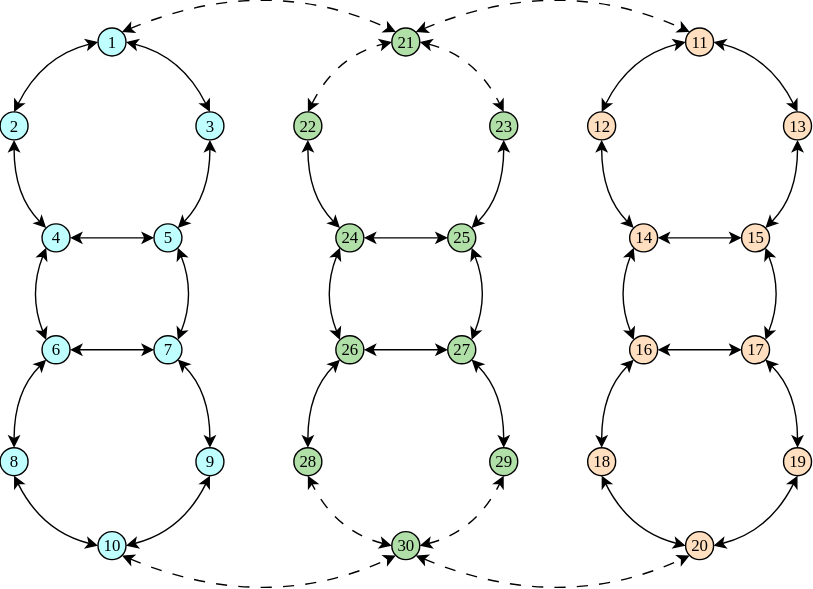
Above: docs/clusters.svg in juanpiLorca/consensus-node (draw.io), before the change. Source tidied: cells renumbered, new cells last; positions are measured from the earlier drawing's top-left corner, leaving out a move shared by most shapes.
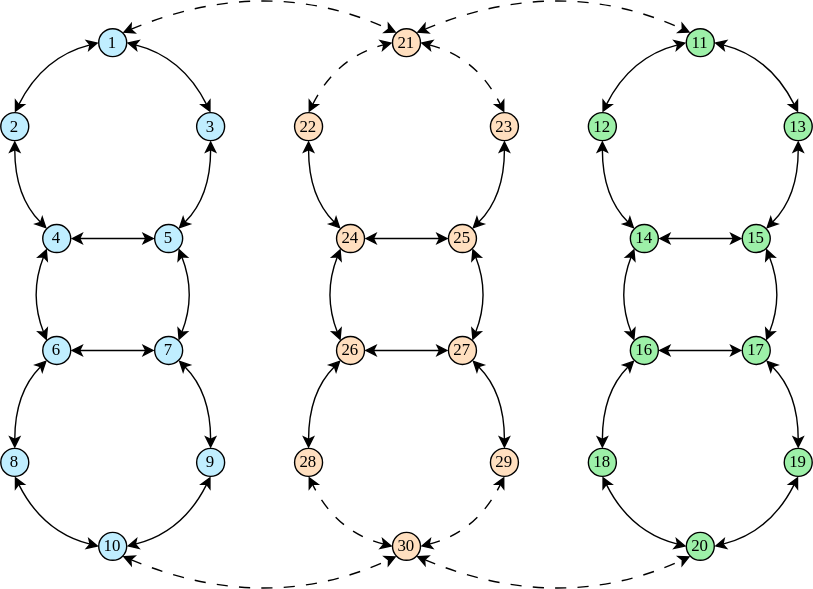
Later version of the same file.

Diff of the diagram source:
```diff
@@ -2,34 +2,34 @@
   <root>
     <mxCell id="0" />
     <mxCell id="1" parent="0" />
-    <mxCell id="2" value="4" style="ellipse;whiteSpace=wrap;html=1;fontFamily=Verdana;fillColor=#BFFFFF;strokeColor=#000000;" parent="1" vertex="1">
+    <mxCell id="2" value="4" style="ellipse;whiteSpace=wrap;html=1;fontFamily=Verdana;fillColor=#C0EEFF;strokeColor=#000000;" parent="1" vertex="1">
       <mxGeometry x="30" y="180" width="20" height="20" as="geometry" />
     </mxCell>
-    <mxCell id="3" value="5" style="ellipse;whiteSpace=wrap;html=1;fontFamily=Verdana;fillColor=#BFFFFF;strokeColor=#000000;" parent="1" vertex="1">
+    <mxCell id="3" value="5" style="ellipse;whiteSpace=wrap;html=1;fontFamily=Verdana;fillColor=#C0EEFF;strokeColor=#000000;" parent="1" vertex="1">
       <mxGeometry x="110" y="180" width="20" height="20" as="geometry" />
     </mxCell>
-    <mxCell id="4" value="6" style="ellipse;whiteSpace=wrap;html=1;fontFamily=Verdana;fillColor=#BFFFFF;strokeColor=#000000;" parent="1" vertex="1">
+    <mxCell id="4" value="6" style="ellipse;whiteSpace=wrap;html=1;fontFamily=Verdana;fillColor=#C0EEFF;strokeColor=#000000;" parent="1" vertex="1">
       <mxGeometry x="30" y="260" width="20" height="20" as="geometry" />
     </mxCell>
-    <mxCell id="5" value="2" style="ellipse;whiteSpace=wrap;html=1;fontFamily=Verdana;fillColor=#BFFFFF;strokeColor=#000000;" parent="1" vertex="1">
+    <mxCell id="5" value="2" style="ellipse;whiteSpace=wrap;html=1;fontFamily=Verdana;fillColor=#C0EEFF;strokeColor=#000000;" parent="1" vertex="1">
       <mxGeometry y="100" width="20" height="20" as="geometry" />
     </mxCell>
-    <mxCell id="6" value="3" style="ellipse;whiteSpace=wrap;html=1;fontFamily=Verdana;fillColor=#BFFFFF;strokeColor=#000000;" parent="1" vertex="1">
+    <mxCell id="6" value="3" style="ellipse;whiteSpace=wrap;html=1;fontFamily=Verdana;fillColor=#C0EEFF;strokeColor=#000000;" parent="1" vertex="1">
       <mxGeometry x="140" y="100" width="20" height="20" as="geometry" />
     </mxCell>
-    <mxCell id="7" value="&lt;font face=&quot;Verdana&quot;&gt;1&lt;/font&gt;" style="ellipse;whiteSpace=wrap;html=1;fillColor=#BFFFFF;strokeColor=#000000;" parent="1" vertex="1">
+    <mxCell id="7" value="&lt;font face=&quot;Verdana&quot;&gt;1&lt;/font&gt;" style="ellipse;whiteSpace=wrap;html=1;fillColor=#C0EEFF;strokeColor=#000000;" parent="1" vertex="1">
       <mxGeometry x="70" y="40" width="20" height="20" as="geometry" />
     </mxCell>
-    <mxCell id="8" value="7" style="ellipse;whiteSpace=wrap;html=1;fontFamily=Verdana;fillColor=#BFFFFF;strokeColor=#000000;" parent="1" vertex="1">
+    <mxCell id="8" value="7" style="ellipse;whiteSpace=wrap;html=1;fontFamily=Verdana;fillColor=#C0EEFF;strokeColor=#000000;" parent="1" vertex="1">
       <mxGeometry x="110" y="260" width="20" height="20" as="geometry" />
     </mxCell>
-    <mxCell id="9" value="8" style="ellipse;whiteSpace=wrap;html=1;fontFamily=Verdana;fillColor=#BFFFFF;strokeColor=#000000;" parent="1" vertex="1">
+    <mxCell id="9" value="8" style="ellipse;whiteSpace=wrap;html=1;fontFamily=Verdana;fillColor=#C0EEFF;strokeColor=#000000;" parent="1" vertex="1">
       <mxGeometry y="340" width="20" height="20" as="geometry" />
     </mxCell>
-    <mxCell id="10" value="9" style="ellipse;whiteSpace=wrap;html=1;fontFamily=Verdana;fillColor=#BFFFFF;strokeColor=#000000;" parent="1" vertex="1">
+    <mxCell id="10" value="9" style="ellipse;whiteSpace=wrap;html=1;fontFamily=Verdana;fillColor=#C0EEFF;strokeColor=#000000;" parent="1" vertex="1">
       <mxGeometry x="140" y="340" width="20" height="20" as="geometry" />
     </mxCell>
-    <mxCell id="11" value="10" style="ellipse;whiteSpace=wrap;html=1;fontFamily=Verdana;fillColor=#BFFFFF;strokeColor=#000000;" parent="1" vertex="1">
+    <mxCell id="11" value="10" style="ellipse;whiteSpace=wrap;html=1;fontFamily=Verdana;fillColor=#C0EEFF;strokeColor=#000000;" parent="1" vertex="1">
       <mxGeometry x="70" y="400" width="20" height="20" as="geometry" />
     </mxCell>
     <mxCell id="12" style="endArrow=classic;startArrow=classic;html=1;rounded=0;entryX=0;entryY=0.5;entryDx=0;entryDy=0;curved=1;exitX=0.5;exitY=0;exitDx=0;exitDy=0;" parent="1" edge="1" source="5" target="7">
@@ -108,34 +108,34 @@
         </Array>
       </mxGeometry>
     </mxCell>
-    <mxCell id="24" value="24" style="ellipse;whiteSpace=wrap;html=1;fontFamily=Verdana;fillColor=#B1DFA8;strokeColor=#000000;" parent="1" vertex="1">
+    <mxCell id="24" value="24" style="ellipse;whiteSpace=wrap;html=1;fontFamily=Verdana;fillColor=#FFDFBF;strokeColor=#000000;" parent="1" vertex="1">
       <mxGeometry x="240" y="180" width="20" height="20" as="geometry" />
     </mxCell>
-    <mxCell id="25" value="25" style="ellipse;whiteSpace=wrap;html=1;fontFamily=Verdana;fillColor=#B1DFA8;strokeColor=#000000;" parent="1" vertex="1">
+    <mxCell id="25" value="25" style="ellipse;whiteSpace=wrap;html=1;fontFamily=Verdana;fillColor=#FFDFBF;strokeColor=#000000;" parent="1" vertex="1">
       <mxGeometry x="320" y="180" width="20" height="20" as="geometry" />
     </mxCell>
-    <mxCell id="26" value="26" style="ellipse;whiteSpace=wrap;html=1;fontFamily=Verdana;fillColor=#B1DFA8;strokeColor=#000000;" parent="1" vertex="1">
+    <mxCell id="26" value="26" style="ellipse;whiteSpace=wrap;html=1;fontFamily=Verdana;fillColor=#FFDFBF;strokeColor=#000000;" parent="1" vertex="1">
       <mxGeometry x="240" y="260" width="20" height="20" as="geometry" />
     </mxCell>
-    <mxCell id="27" value="22" style="ellipse;whiteSpace=wrap;html=1;fontFamily=Verdana;fillColor=#B1DFA8;strokeColor=#000000;" parent="1" vertex="1">
+    <mxCell id="27" value="22" style="ellipse;whiteSpace=wrap;html=1;fontFamily=Verdana;fillColor=#FFDFBF;strokeColor=#000000;" parent="1" vertex="1">
       <mxGeometry x="210" y="100" width="20" height="20" as="geometry" />
     </mxCell>
-    <mxCell id="28" value="23" style="ellipse;whiteSpace=wrap;html=1;fontFamily=Verdana;fillColor=#B1DFA8;strokeColor=#000000;" parent="1" vertex="1">
+    <mxCell id="28" value="23" style="ellipse;whiteSpace=wrap;html=1;fontFamily=Verdana;fillColor=#FFDFBF;strokeColor=#000000;" parent="1" vertex="1">
       <mxGeometry x="350" y="100" width="20" height="20" as="geometry" />
     </mxCell>
-    <mxCell id="29" value="&lt;font face=&quot;Verdana&quot;&gt;21&lt;/font&gt;" style="ellipse;whiteSpace=wrap;html=1;fillColor=#B1DFA8;strokeColor=#000000;" parent="1" vertex="1">
+    <mxCell id="29" value="&lt;font face=&quot;Verdana&quot;&gt;21&lt;/font&gt;" style="ellipse;whiteSpace=wrap;html=1;fillColor=#FFDFBF;strokeColor=#000000;" parent="1" vertex="1">
       <mxGeometry x="280" y="40" width="20" height="20" as="geometry" />
     </mxCell>
-    <mxCell id="30" value="27" style="ellipse;whiteSpace=wrap;html=1;fontFamily=Verdana;fillColor=#B1DFA8;strokeColor=#000000;" parent="1" vertex="1">
+    <mxCell id="30" value="27" style="ellipse;whiteSpace=wrap;html=1;fontFamily=Verdana;fillColor=#FFDFBF;strokeColor=#000000;" parent="1" vertex="1">
       <mxGeometry x="320" y="260" width="20" height="20" as="geometry" />
     </mxCell>
-    <mxCell id="31" value="28" style="ellipse;whiteSpace=wrap;html=1;fontFamily=Verdana;fillColor=#B1DFA8;strokeColor=#000000;" parent="1" vertex="1">
+    <mxCell id="31" value="28" style="ellipse;whiteSpace=wrap;html=1;fontFamily=Verdana;fillColor=#FFDFBF;strokeColor=#000000;" parent="1" vertex="1">
       <mxGeometry x="210" y="340" width="20" height="20" as="geometry" />
     </mxCell>
-    <mxCell id="32" value="29" style="ellipse;whiteSpace=wrap;html=1;fontFamily=Verdana;fillColor=#B1DFA8;strokeColor=#000000;" parent="1" vertex="1">
+    <mxCell id="32" value="29" style="ellipse;whiteSpace=wrap;html=1;fontFamily=Verdana;fillColor=#FFDFBF;strokeColor=#000000;" parent="1" vertex="1">
       <mxGeometry x="350" y="340" width="20" height="20" as="geometry" />
     </mxCell>
-    <mxCell id="33" value="30" style="ellipse;whiteSpace=wrap;html=1;fontFamily=Verdana;fillColor=#B1DFA8;strokeColor=#000000;" parent="1" vertex="1">
+    <mxCell id="33" value="30" style="ellipse;whiteSpace=wrap;html=1;fontFamily=Verdana;fillColor=#FFDFBF;strokeColor=#000000;" parent="1" vertex="1">
       <mxGeometry x="280" y="400" width="20" height="20" as="geometry" />
     </mxCell>
     <mxCell id="34" style="endArrow=classic;startArrow=classic;html=1;rounded=0;entryX=0;entryY=0.5;entryDx=0;entryDy=0;curved=1;exitX=0.5;exitY=0;exitDx=0;exitDy=0;dashed=1;dashPattern=8 8;" parent="1" edge="1" source="27" target="29">
@@ -214,34 +214,34 @@
         </Array>
       </mxGeometry>
     </mxCell>
-    <mxCell id="46" value="14" style="ellipse;whiteSpace=wrap;html=1;fontFamily=Verdana;fillColor=#FFDFBF;" parent="1" vertex="1">
+    <mxCell id="46" value="14" style="ellipse;whiteSpace=wrap;html=1;fontFamily=Verdana;fillColor=#9DF0A8;" parent="1" vertex="1">
       <mxGeometry x="450" y="180" width="20" height="20" as="geometry" />
     </mxCell>
-    <mxCell id="47" value="15" style="ellipse;whiteSpace=wrap;html=1;fontFamily=Verdana;fillColor=#FFDFBF;" parent="1" vertex="1">
+    <mxCell id="47" value="15" style="ellipse;whiteSpace=wrap;html=1;fontFamily=Verdana;fillColor=#9DF0A8;" parent="1" vertex="1">
       <mxGeometry x="530" y="180" width="20" height="20" as="geometry" />
     </mxCell>
-    <mxCell id="48" value="16" style="ellipse;whiteSpace=wrap;html=1;fontFamily=Verdana;fillColor=#FFDFBF;" parent="1" vertex="1">
+    <mxCell id="48" value="16" style="ellipse;whiteSpace=wrap;html=1;fontFamily=Verdana;fillColor=#9DF0A8;" parent="1" vertex="1">
       <mxGeometry x="450" y="260" width="20" height="20" as="geometry" />
     </mxCell>
-    <mxCell id="49" value="12" style="ellipse;whiteSpace=wrap;html=1;fontFamily=Verdana;fillColor=#FFDFBF;" parent="1" vertex="1">
+    <mxCell id="49" value="12" style="ellipse;whiteSpace=wrap;html=1;fontFamily=Verdana;fillColor=#9DF0A8;" parent="1" vertex="1">
       <mxGeometry x="420" y="100" width="20" height="20" as="geometry" />
     </mxCell>
-    <mxCell id="50" value="13" style="ellipse;whiteSpace=wrap;html=1;fontFamily=Verdana;fillColor=#FFDFBF;" parent="1" vertex="1">
+    <mxCell id="50" value="13" style="ellipse;whiteSpace=wrap;html=1;fontFamily=Verdana;fillColor=#9DF0A8;" parent="1" vertex="1">
       <mxGeometry x="560" y="100" width="20" height="20" as="geometry" />
     </mxCell>
-    <mxCell id="51" value="&lt;font face=&quot;Verdana&quot;&gt;11&lt;/font&gt;" style="ellipse;whiteSpace=wrap;html=1;fillColor=#FFDFBF;" parent="1" vertex="1">
+    <mxCell id="51" value="&lt;font face=&quot;Verdana&quot;&gt;11&lt;/font&gt;" style="ellipse;whiteSpace=wrap;html=1;fillColor=#9DF0A8;" parent="1" vertex="1">
       <mxGeometry x="490" y="40" width="20" height="20" as="geometry" />
     </mxCell>
-    <mxCell id="52" value="17" style="ellipse;whiteSpace=wrap;html=1;fontFamily=Verdana;fillColor=#FFDFBF;" parent="1" vertex="1">
+    <mxCell id="52" value="17" style="ellipse;whiteSpace=wrap;html=1;fontFamily=Verdana;fillColor=#9DF0A8;" parent="1" vertex="1">
       <mxGeometry x="530" y="260" width="20" height="20" as="geometry" />
     </mxCell>
-    <mxCell id="53" value="18" style="ellipse;whiteSpace=wrap;html=1;fontFamily=Verdana;fillColor=#FFDFBF;" parent="1" vertex="1">
+    <mxCell id="53" value="18" style="ellipse;whiteSpace=wrap;html=1;fontFamily=Verdana;fillColor=#9DF0A8;" parent="1" vertex="1">
       <mxGeometry x="420" y="340" width="20" height="20" as="geometry" />
     </mxCell>
-    <mxCell id="54" value="19" style="ellipse;whiteSpace=wrap;html=1;fontFamily=Verdana;fillColor=#FFDFBF;" parent="1" vertex="1">
+    <mxCell id="54" value="19" style="ellipse;whiteSpace=wrap;html=1;fontFamily=Verdana;fillColor=#9DF0A8;" parent="1" vertex="1">
       <mxGeometry x="560" y="340" width="20" height="20" as="geometry" />
     </mxCell>
-    <mxCell id="55" value="20" style="ellipse;whiteSpace=wrap;html=1;fontFamily=Verdana;fillColor=#FFDFBF;" parent="1" vertex="1">
+    <mxCell id="55" value="20" style="ellipse;whiteSpace=wrap;html=1;fontFamily=Verdana;fillColor=#9DF0A8;" parent="1" vertex="1">
       <mxGeometry x="490" y="400" width="20" height="20" as="geometry" />
     </mxCell>
     <mxCell id="56" style="endArrow=classic;startArrow=classic;html=1;rounded=0;entryX=0;entryY=0.5;entryDx=0;entryDy=0;curved=1;exitX=0.5;exitY=0;exitDx=0;exitDy=0;" parent="1" edge="1" source="49" target="51">
```
